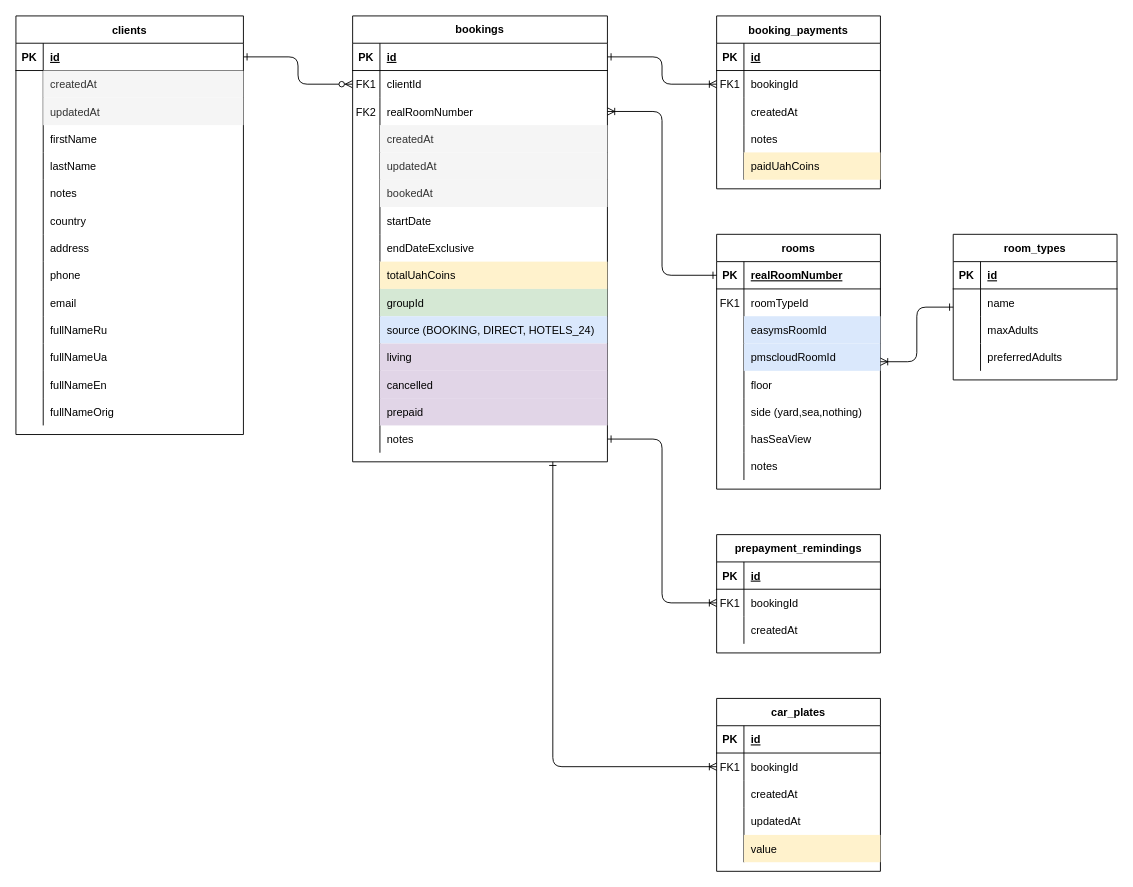
Earlier version of the draw.io diagram docs/entity_relations_diagram.drawio (Quipex/HotelAutomation). Source tidied: cells renumbered, new cells numbered last; positions are measured from the earlier drawing's top-left corner, leaving out a move shared by most shapes. Both pictures are drawn from the tidied source at 91%, with x=0, y=0 at pixel (15, 15).
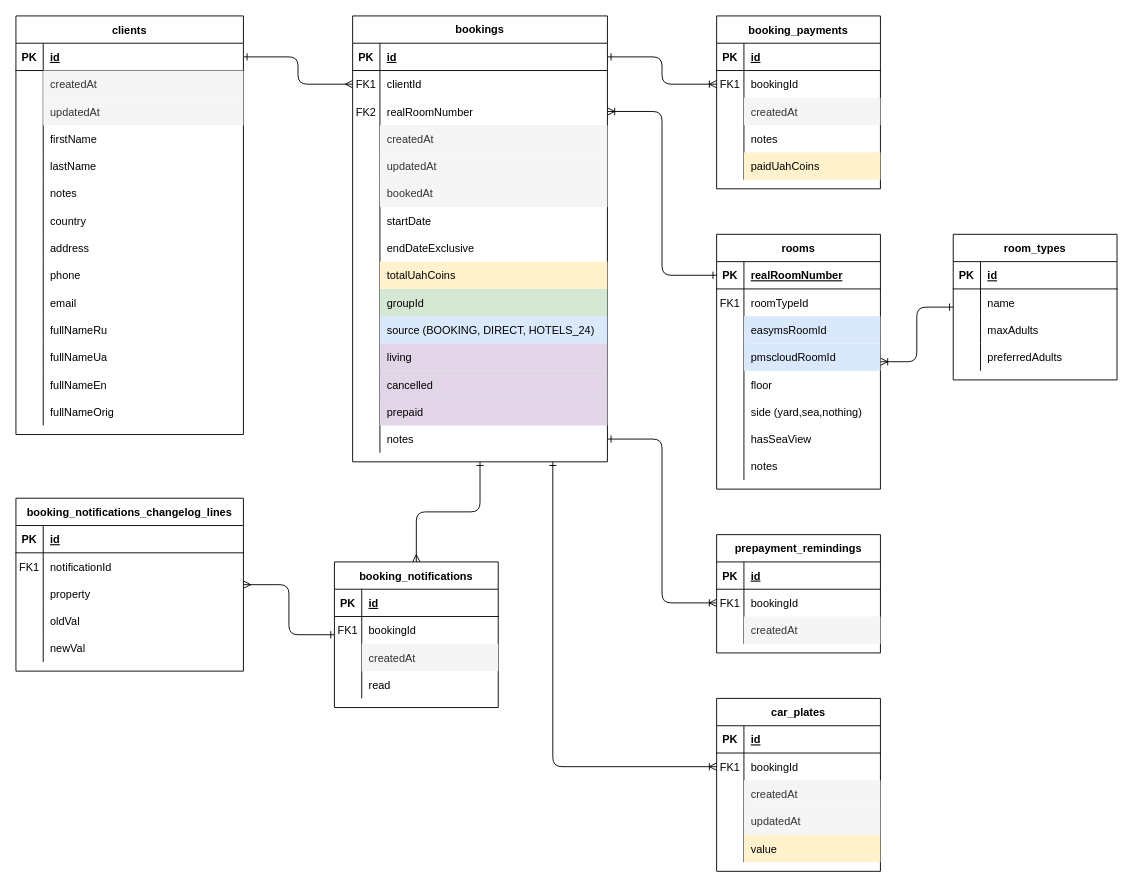
After the change.

Unchanged cells that the change refers to:
```xml
<mxCell id="3" value="bookings" style="shape=table;startSize=30;childLayout=tableLayout;rowLines=0;fontStyle=1;align=center;swimlaneFillColor=default;strokeColor=default;labelBorderColor=none;labelBackgroundColor=none;whiteSpace=wrap;" parent="1" vertex="1">
  <mxGeometry x="370" width="280" height="490" as="geometry" />
</mxCell>
<mxCell id="7" style="shape=partialRectangle;fillColor=none;points=[[0,0.5],[1,0.5]];portConstraint=eastwest;top=0;left=0;right=0;bottom=0;strokeColor=default;" parent="3" vertex="1">
  <mxGeometry y="60" width="280" height="30" as="geometry" />
</mxCell>
<mxCell id="50" style="shape=partialRectangle;fillColor=none;points=[[0,0.5],[1,0.5]];portConstraint=eastwest;top=0;left=0;right=0;bottom=1;" parent="49" vertex="1">
  <mxGeometry y="30" width="250" height="30" as="geometry" />
</mxCell>
<mxCell id="139" style="shape=partialRectangle;fillColor=none;top=0;left=0;bottom=0;right=0;" parent="132" vertex="1">
  <mxGeometry y="90" width="180" height="30" as="geometry" />
</mxCell>
<mxCell id="156" style="shape=partialRectangle;fillColor=none;top=0;left=0;bottom=0;right=0;" parent="149" vertex="1">
  <mxGeometry y="90" width="180" height="30" as="geometry" />
</mxCell>
<mxCell id="167" style="shape=partialRectangle;fillColor=none;top=0;left=0;bottom=0;right=0;" parent="160" vertex="1">
  <mxGeometry y="90" width="180" height="30" as="geometry" />
</mxCell>
<mxCell id="170" style="shape=partialRectangle;fillColor=none;top=0;left=0;bottom=0;right=0;" parent="160" vertex="1">
  <mxGeometry y="120" width="180" height="30" as="geometry" />
</mxCell>
```

Change to the diagram source:
```diff
@@
-    <mxCell id="2" style="edgeStyle=orthogonalEdgeStyle;endArrow=ERzeroToMany;startArrow=ERone;endFill=1;startFill=0;rounded=1;" parent="1" edge="1" source="50" target="7">
+    <mxCell id="2" style="edgeStyle=orthogonalEdgeStyle;endArrow=ERmany;startArrow=ERone;endFill=0;startFill=0;rounded=1;" parent="1" edge="1" source="50" target="7">
       <mxGeometry relative="1" as="geometry" />
     </mxCell>
@@
-    <mxCell id="132" value="booking_payments" style="shape=table;startSize=30;childLayout=tableLayout;rowLines=0;fontStyle=1;align=center;" parent="1" vertex="1">
+    <mxCell id="132" value="booking_payments" style="shape=table;startSize=30;childLayout=tableLayout;rowLines=0;fontStyle=1;align=center;swimlaneFillColor=default;" parent="1" vertex="1">
       <mxGeometry x="770" width="180" height="190" as="geometry" />
     </mxCell>
@@
-    <mxCell id="141" value="createdAt" style="shape=partialRectangle;fillColor=none;top=0;left=0;bottom=0;right=0;align=left;spacingLeft=6;overflow=hidden;" parent="139" vertex="1">
+    <mxCell id="141" value="createdAt" style="shape=partialRectangle;fillColor=#f5f5f5;top=0;left=0;bottom=0;right=0;align=left;spacingLeft=6;overflow=hidden;fontColor=#333333;strokeColor=#666666;" parent="139" vertex="1">
       <mxGeometry x="30" width="150" height="30" as="geometry" />
     </mxCell>
@@
-    <mxCell id="149" value="prepayment_remindings" style="shape=table;startSize=30;childLayout=tableLayout;rowLines=0;fontStyle=1;align=center;" parent="1" vertex="1">
+    <mxCell id="149" value="prepayment_remindings" style="shape=table;startSize=30;childLayout=tableLayout;rowLines=0;fontStyle=1;align=center;swimlaneFillColor=default;" parent="1" vertex="1">
       <mxGeometry x="770" y="570" width="180" height="130" as="geometry" />
     </mxCell>
@@
-    <mxCell id="158" value="createdAt" style="shape=partialRectangle;fillColor=none;top=0;left=0;bottom=0;right=0;align=left;spacingLeft=6;overflow=hidden;" parent="156" vertex="1">
+    <mxCell id="158" value="createdAt" style="shape=partialRectangle;fillColor=#f5f5f5;top=0;left=0;bottom=0;right=0;align=left;spacingLeft=6;overflow=hidden;fontColor=#333333;strokeColor=#666666;" parent="156" vertex="1">
       <mxGeometry x="30" width="150" height="30" as="geometry" />
     </mxCell>
@@
-    <mxCell id="160" value="car_plates" style="shape=table;startSize=30;childLayout=tableLayout;rowLines=0;fontStyle=1;align=center;" parent="1" vertex="1">
+    <mxCell id="160" value="car_plates" style="shape=table;startSize=30;childLayout=tableLayout;rowLines=0;fontStyle=1;align=center;swimlaneFillColor=default;" parent="1" vertex="1">
       <mxGeometry x="770" y="750" width="180" height="190" as="geometry" />
     </mxCell>
@@
-    <mxCell id="169" value="createdAt" style="shape=partialRectangle;fillColor=none;top=0;left=0;bottom=0;right=0;align=left;spacingLeft=6;overflow=hidden;" parent="167" vertex="1">
+    <mxCell id="169" value="createdAt" style="shape=partialRectangle;fillColor=#f5f5f5;top=0;left=0;bottom=0;right=0;align=left;spacingLeft=6;overflow=hidden;fontColor=#333333;strokeColor=#666666;" parent="167" vertex="1">
       <mxGeometry x="30" width="150" height="30" as="geometry" />
     </mxCell>
@@
-    <mxCell id="172" value="updatedAt" style="shape=partialRectangle;fillColor=none;top=0;left=0;bottom=0;right=0;align=left;spacingLeft=6;overflow=hidden;" parent="170" vertex="1">
+    <mxCell id="172" value="updatedAt" style="shape=partialRectangle;fillColor=#f5f5f5;top=0;left=0;bottom=0;right=0;align=left;spacingLeft=6;overflow=hidden;fontColor=#333333;strokeColor=#666666;" parent="170" vertex="1">
       <mxGeometry x="30" width="150" height="30" as="geometry" />
     </mxCell>
@@
+    <mxCell id="178" value="booking_notifications" style="shape=table;startSize=30;childLayout=tableLayout;rowLines=0;fontStyle=1;align=center;fillColor=default;swimlaneFillColor=default;" parent="1" vertex="1">
+      <mxGeometry x="350" y="600" width="180" height="160" as="geometry" />
+    </mxCell>
+    <mxCell id="179" style="shape=partialRectangle;fillColor=none;top=0;left=0;bottom=1;right=0;" parent="178" vertex="1">
+      <mxGeometry y="30" width="180" height="30" as="geometry" />
+    </mxCell>
+    <mxCell id="180" value="PK" style="shape=partialRectangle;fillColor=none;top=0;left=0;bottom=0;right=0;fontStyle=1;overflow=hidden;" parent="179" vertex="1">
+      <mxGeometry width="30" height="30" as="geometry" />
+    </mxCell>
+    <mxCell id="181" value="id" style="shape=partialRectangle;fillColor=none;top=0;left=0;bottom=0;right=0;align=left;spacingLeft=6;fontStyle=5;overflow=hidden;" parent="179" vertex="1">
+      <mxGeometry x="30" width="150" height="30" as="geometry" />
+    </mxCell>
+    <mxCell id="182" style="shape=partialRectangle;fillColor=none;top=0;left=0;bottom=0;right=0;" parent="178" vertex="1">
+      <mxGeometry y="60" width="180" height="30" as="geometry" />
+    </mxCell>
+    <mxCell id="183" value="FK1" style="shape=partialRectangle;fillColor=none;top=0;left=0;bottom=0;right=0;overflow=hidden;" parent="182" vertex="1">
+      <mxGeometry width="30" height="30" as="geometry" />
+    </mxCell>
+    <mxCell id="184" value="bookingId" style="shape=partialRectangle;fillColor=none;top=0;left=0;bottom=0;right=0;align=left;spacingLeft=6;overflow=hidden;" parent="182" vertex="1">
+      <mxGeometry x="30" width="150" height="30" as="geometry" />
+    </mxCell>
+    <mxCell id="185" style="shape=partialRectangle;fillColor=none;top=0;left=0;bottom=0;right=0;" parent="178" vertex="1">
+      <mxGeometry y="90" width="180" height="30" as="geometry" />
+    </mxCell>
+    <mxCell id="186" style="shape=partialRectangle;fillColor=none;top=0;left=0;bottom=0;right=0;overflow=hidden;" parent="185" vertex="1">
+      <mxGeometry width="30" height="30" as="geometry" />
+    </mxCell>
+    <mxCell id="187" value="createdAt" style="shape=partialRectangle;fillColor=#f5f5f5;top=0;left=0;bottom=0;right=0;align=left;spacingLeft=6;overflow=hidden;fontColor=#333333;strokeColor=#666666;" parent="185" vertex="1">
+      <mxGeometry x="30" width="150" height="30" as="geometry" />
+    </mxCell>
+    <mxCell id="188" style="shape=partialRectangle;fillColor=none;top=0;left=0;bottom=0;right=0;" parent="178" vertex="1">
+      <mxGeometry y="120" width="180" height="30" as="geometry" />
+    </mxCell>
+    <mxCell id="189" style="shape=partialRectangle;fillColor=none;top=0;left=0;bottom=0;right=0;overflow=hidden;" parent="188" vertex="1">
+      <mxGeometry width="30" height="30" as="geometry" />
+    </mxCell>
+    <mxCell id="190" value="read" style="shape=partialRectangle;fillColor=none;top=0;left=0;bottom=0;right=0;align=left;spacingLeft=6;overflow=hidden;" parent="188" vertex="1">
+      <mxGeometry x="30" width="150" height="30" as="geometry" />
+    </mxCell>
+    <mxCell id="191" style="edgeStyle=orthogonalEdgeStyle;rounded=1;jettySize=auto;html=1;endArrow=ERone;endFill=0;startArrow=ERmany;startFill=0;" parent="1" edge="1" source="178" target="3">
+      <mxGeometry relative="1" as="geometry" />
+    </mxCell>
+    <mxCell id="192" value="booking_notifications_changelog_lines" style="shape=table;startSize=30;childLayout=tableLayout;rowLines=0;fontStyle=1;align=center;fillColor=default;swimlaneFillColor=default;" parent="1" vertex="1">
+      <mxGeometry y="530" width="250" height="190" as="geometry" />
+    </mxCell>
+    <mxCell id="193" style="shape=partialRectangle;fillColor=none;top=0;left=0;bottom=1;right=0;" parent="192" vertex="1">
+      <mxGeometry y="30" width="250" height="30" as="geometry" />
+    </mxCell>
+    <mxCell id="194" value="PK" style="shape=partialRectangle;fillColor=none;top=0;left=0;bottom=0;right=0;fontStyle=1;overflow=hidden;" parent="193" vertex="1">
+      <mxGeometry width="30" height="30" as="geometry" />
+    </mxCell>
+    <mxCell id="195" value="id" style="shape=partialRectangle;fillColor=none;top=0;left=0;bottom=0;right=0;align=left;spacingLeft=6;fontStyle=5;overflow=hidden;" parent="193" vertex="1">
+      <mxGeometry x="30" width="220" height="30" as="geometry" />
+    </mxCell>
+    <mxCell id="196" style="shape=partialRectangle;fillColor=none;top=0;left=0;bottom=0;right=0;" parent="192" vertex="1">
+      <mxGeometry y="60" width="250" height="30" as="geometry" />
+    </mxCell>
+    <mxCell id="197" value="FK1" style="shape=partialRectangle;fillColor=none;top=0;left=0;bottom=0;right=0;overflow=hidden;" parent="196" vertex="1">
+      <mxGeometry width="30" height="30" as="geometry" />
+    </mxCell>
+    <mxCell id="198" value="notificationId" style="shape=partialRectangle;fillColor=none;top=0;left=0;bottom=0;right=0;align=left;spacingLeft=6;overflow=hidden;" parent="196" vertex="1">
+      <mxGeometry x="30" width="220" height="30" as="geometry" />
+    </mxCell>
+    <mxCell id="199" style="shape=partialRectangle;fillColor=none;top=0;left=0;bottom=0;right=0;" parent="192" vertex="1">
+      <mxGeometry y="90" width="250" height="30" as="geometry" />
+    </mxCell>
+    <mxCell id="200" style="shape=partialRectangle;fillColor=none;top=0;left=0;bottom=0;right=0;overflow=hidden;" parent="199" vertex="1">
+      <mxGeometry width="30" height="30" as="geometry" />
+    </mxCell>
+    <mxCell id="201" value="property" style="shape=partialRectangle;fillColor=none;top=0;left=0;bottom=0;right=0;align=left;spacingLeft=6;overflow=hidden;" parent="199" vertex="1">
+      <mxGeometry x="30" width="220" height="30" as="geometry" />
+    </mxCell>
+    <mxCell id="202" style="shape=partialRectangle;fillColor=none;top=0;left=0;bottom=0;right=0;" parent="192" vertex="1">
+      <mxGeometry y="120" width="250" height="30" as="geometry" />
+    </mxCell>
+    <mxCell id="203" style="shape=partialRectangle;fillColor=none;top=0;left=0;bottom=0;right=0;overflow=hidden;" parent="202" vertex="1">
+      <mxGeometry width="30" height="30" as="geometry" />
+    </mxCell>
+    <mxCell id="204" value="oldVal" style="shape=partialRectangle;fillColor=none;top=0;left=0;bottom=0;right=0;align=left;spacingLeft=6;overflow=hidden;" parent="202" vertex="1">
+      <mxGeometry x="30" width="220" height="30" as="geometry" />
+    </mxCell>
+    <mxCell id="205" style="shape=partialRectangle;fillColor=none;top=0;left=0;bottom=0;right=0;" parent="192" vertex="1">
+      <mxGeometry y="150" width="250" height="30" as="geometry" />
+    </mxCell>
+    <mxCell id="206" style="shape=partialRectangle;fillColor=none;top=0;left=0;bottom=0;right=0;overflow=hidden;" parent="205" vertex="1">
+      <mxGeometry width="30" height="30" as="geometry" />
+    </mxCell>
+    <mxCell id="207" value="newVal" style="shape=partialRectangle;fillColor=none;top=0;left=0;bottom=0;right=0;align=left;spacingLeft=6;overflow=hidden;" parent="205" vertex="1">
+      <mxGeometry x="30" width="220" height="30" as="geometry" />
+    </mxCell>
+    <mxCell id="208" style="edgeStyle=orthogonalEdgeStyle;rounded=1;jettySize=auto;html=1;startArrow=ERmany;startFill=0;endArrow=ERone;endFill=0;" parent="1" edge="1" source="192" target="178">
+      <mxGeometry relative="1" as="geometry" />
+    </mxCell>
```
